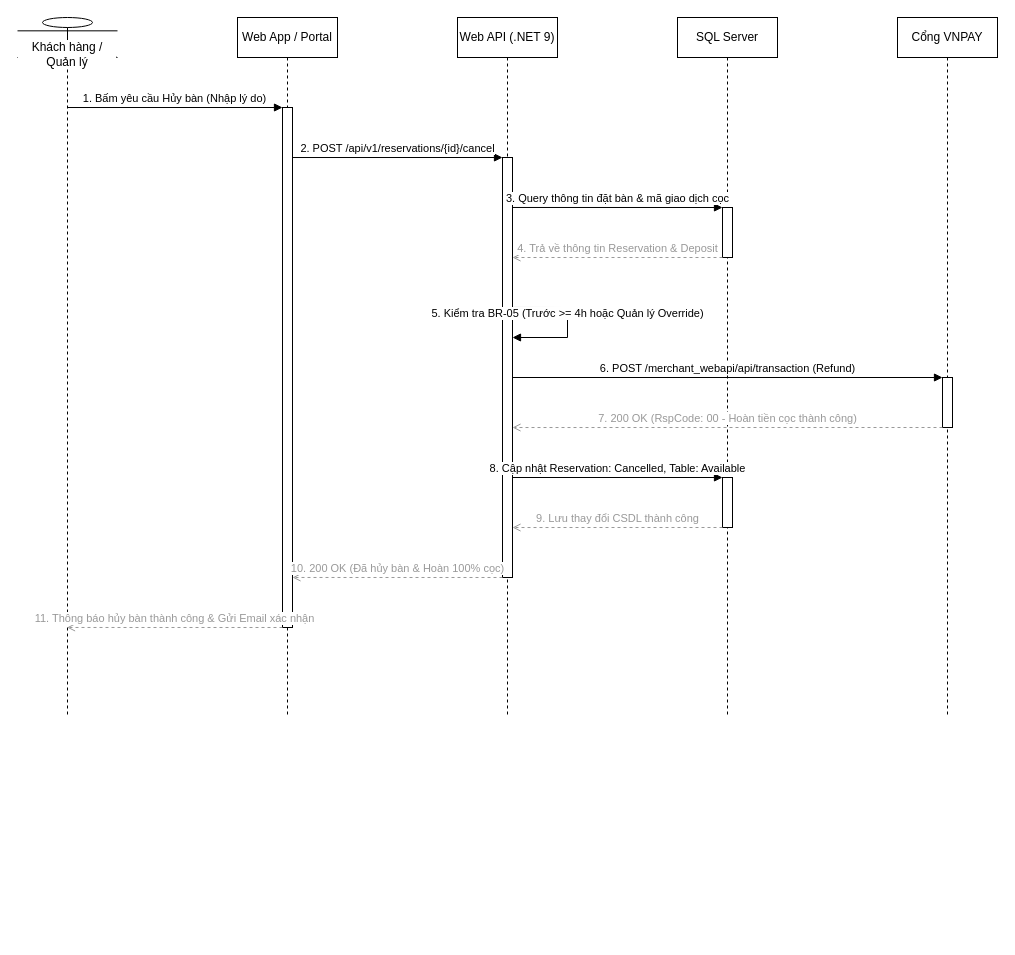
AndrewQng/VinDining keeps this draw.io diagram as docs/phase1/drawio/sd05_cancellation_refund.drawio. Above is the earlier version. Source tidied: cells renumbered, new cells numbered last; positions are measured from the earlier drawing's top-left corner, leaving out a move shared by most shapes. Both pictures are drawn from the tidied source at 100%, with x=0, y=0 at pixel (17, 17).
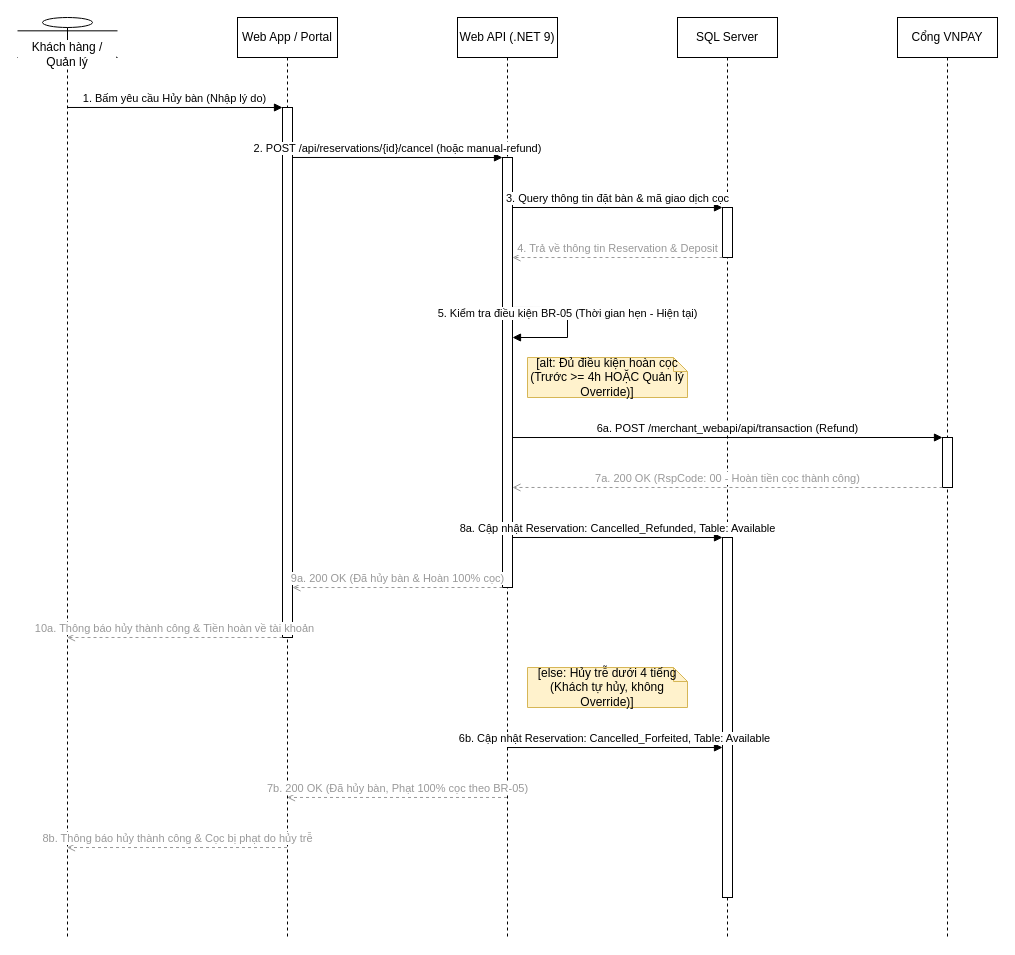
After the change.

The change refers to these unchanged cells:
```xml
<mxCell id="7" style="html=1;points=[];perimeter=orthogonalPerimeter;outlineConnect=0;fillColor=#ffffff;" parent="5" vertex="1">
  <mxGeometry x="45" y="190" width="10" height="50" as="geometry" />
</mxCell>
```

What changed in the source:
```diff
@@
     <mxCell id="2" value="Khách hàng / Quản lý" style="shape=umlLifeline;perimeter=lifelinePerimeter;whiteSpace=wrap;html=1;outlineConnect=0;portConstraint=eastwest;size=40;participant=umlActor;verticalAlign=bottom;spacingBottom=-14;labelBackgroundColor=#ffffff;" parent="1" vertex="1">
-      <mxGeometry width="100" height="700" as="geometry" />
+      <mxGeometry width="100" height="920" as="geometry" />
     </mxCell>
     <mxCell id="3" value="Web App / Portal" style="shape=umlLifeline;perimeter=lifelinePerimeter;whiteSpace=wrap;html=1;outlineConnect=0;portConstraint=eastwest;size=40;" parent="1" vertex="1">
-      <mxGeometry x="220" width="100" height="700" as="geometry" />
+      <mxGeometry x="220" width="100" height="920" as="geometry" />
     </mxCell>
     <mxCell id="4" value="Web API (.NET 9)" style="shape=umlLifeline;perimeter=lifelinePerimeter;whiteSpace=wrap;html=1;outlineConnect=0;portConstraint=eastwest;size=40;" parent="1" vertex="1">
-      <mxGeometry x="440" width="100" height="700" as="geometry" />
+      <mxGeometry x="440" width="100" height="920" as="geometry" />
     </mxCell>
     <mxCell id="5" value="SQL Server" style="shape=umlLifeline;perimeter=lifelinePerimeter;whiteSpace=wrap;html=1;size=40;" parent="1" vertex="1">
-      <mxGeometry x="660" width="100" height="700" as="geometry" />
+      <mxGeometry x="660" width="100" height="920" as="geometry" />
     </mxCell>
     <mxCell id="6" value="Cổng VNPAY" style="shape=umlLifeline;perimeter=lifelinePerimeter;whiteSpace=wrap;html=1;size=40;" parent="1" vertex="1">
-      <mxGeometry x="880" width="100" height="700" as="geometry" />
+      <mxGeometry x="880" width="100" height="920" as="geometry" />
     </mxCell>
@@
     <mxCell id="8" style="html=1;points=[];perimeter=orthogonalPerimeter;outlineConnect=0;fillColor=#ffffff;" parent="6" vertex="1">
-      <mxGeometry x="45" y="360" width="10" height="50" as="geometry" />
+      <mxGeometry x="45" y="420" width="10" height="50" as="geometry" />
     </mxCell>
-    <mxCell id="9" style="html=1;points=[];perimeter=orthogonalPerimeter;outlineConnect=0;fillColor=#ffffff;" parent="5" vertex="1">
-      <mxGeometry x="45" y="460" width="10" height="50" as="geometry" />
+    <mxCell id="9" style="html=1;points=[];perimeter=orthogonalPerimeter;outlineConnect=0;fillColor=#ffffff;" parent="4" vertex="1">
+      <mxGeometry x="45" y="140" width="10" height="430" as="geometry" />
     </mxCell>
-    <mxCell id="10" style="html=1;points=[];perimeter=orthogonalPerimeter;outlineConnect=0;fillColor=#ffffff;" parent="4" vertex="1">
-      <mxGeometry x="45" y="140" width="10" height="420" as="geometry" />
+    <mxCell id="10" style="html=1;points=[];perimeter=orthogonalPerimeter;outlineConnect=0;fillColor=#ffffff;" parent="3" vertex="1">
+      <mxGeometry x="45" y="90" width="10" height="530" as="geometry" />
     </mxCell>
-    <mxCell id="11" style="html=1;points=[];perimeter=orthogonalPerimeter;outlineConnect=0;fillColor=#ffffff;" parent="3" vertex="1">
-      <mxGeometry x="45" y="90" width="10" height="520" as="geometry" />
+    <mxCell id="11" style="html=1;points=[];perimeter=orthogonalPerimeter;outlineConnect=0;fillColor=#ffffff;" parent="5" vertex="1">
+      <mxGeometry x="45" y="520" width="10" height="360" as="geometry" />
     </mxCell>
-    <mxCell id="12" value="1. Bấm yêu cầu Hủy bàn (Nhập lý do)" style="html=1;verticalAlign=bottom;endArrow=block;curved=0;rounded=0;exitX=0.5;exitY=0.1286;entryX=0;entryY=0.0;" parent="1" edge="1" source="2" target="11">
+    <mxCell id="12" value="1. Bấm yêu cầu Hủy bàn (Nhập lý do)" style="html=1;verticalAlign=bottom;endArrow=block;curved=0;rounded=0;exitX=0.5;exitY=0.0978;entryX=0;entryY=0.0;" parent="1" edge="1" source="2" target="10">
       <mxGeometry relative="1" as="geometry" />
     </mxCell>
-    <mxCell id="13" value="2. POST /api/v1/reservations/{id}/cancel" style="html=1;verticalAlign=bottom;endArrow=block;curved=0;rounded=0;exitX=1;exitY=0.0962;entryX=0;entryY=0.0;" parent="1" edge="1" source="11" target="10">
+    <mxCell id="13" value="2. POST /api/reservations/{id}/cancel (hoặc manual-refund)" style="html=1;verticalAlign=bottom;endArrow=block;curved=0;rounded=0;exitX=1;exitY=0.0943;entryX=0;entryY=0.0;" parent="1" edge="1" source="10" target="9">
       <mxGeometry relative="1" as="geometry" />
     </mxCell>
-    <mxCell id="14" value="3. Query thông tin đặt bàn &amp; mã giao dịch cọc" style="html=1;verticalAlign=bottom;endArrow=block;curved=0;rounded=0;exitX=1;exitY=0.119;entryX=0;entryY=0.0;" parent="1" edge="1" source="10" target="7">
+    <mxCell id="14" value="3. Query thông tin đặt bàn &amp; mã giao dịch cọc" style="html=1;verticalAlign=bottom;endArrow=block;curved=0;rounded=0;exitX=1;exitY=0.1163;entryX=0;entryY=0.0;" parent="1" edge="1" source="9" target="7">
       <mxGeometry relative="1" as="geometry" />
     </mxCell>
-    <mxCell id="15" value="4. Trả về thông tin Reservation &amp; Deposit" style="html=1;verticalAlign=bottom;endArrow=open;dashed=1;curved=0;rounded=0;strokeColor=#999999;fontColor=#999999;exitX=0;exitY=1.0;entryX=1;entryY=0.2381;" parent="1" edge="1" source="7" target="10">
+    <mxCell id="15" value="4. Trả về thông tin Reservation &amp; Deposit" style="html=1;verticalAlign=bottom;endArrow=open;dashed=1;curved=0;rounded=0;strokeColor=#999999;fontColor=#999999;exitX=0;exitY=1.0;entryX=1;entryY=0.2326;" parent="1" edge="1" source="7" target="9">
       <mxGeometry relative="1" as="geometry" />
     </mxCell>
-    <mxCell id="16" value="5. Kiểm tra BR-05 (Trước &gt;= 4h hoặc Quản lý Override)" style="html=1;verticalAlign=bottom;endArrow=block;curved=0;rounded=0;exitX=1;exitY=0.3571;entryX=1;entryY=0.4286;" parent="1" edge="1" source="10" target="10">
+    <mxCell id="16" value="5. Kiểm tra điều kiện BR-05 (Thời gian hẹn - Hiện tại)" style="html=1;verticalAlign=bottom;endArrow=block;curved=0;rounded=0;exitX=1;exitY=0.3488;entryX=1;entryY=0.4186;" parent="1" edge="1" source="9" target="9">
       <mxGeometry relative="1" as="geometry">
         <Array as="points">
           <mxPoint x="550" y="290" />
           <mxPoint x="550" y="320" />
         </Array>
       </mxGeometry>
     </mxCell>
-    <mxCell id="17" value="6. POST /merchant_webapi/api/transaction (Refund)" style="html=1;verticalAlign=bottom;endArrow=block;curved=0;rounded=0;exitX=1;exitY=0.5238;entryX=0;entryY=0.0;" parent="1" edge="1" source="10" target="8">
-      <mxGeometry relative="1" as="geometry" />
-    </mxCell>
+    <mxCell id="23" value="[alt: Đủ điều kiện hoàn cọc (Trước &gt;= 4h HOẶC Quản lý Override)]" style="shape=note;whiteSpace=wrap;html=1;size=14;fillColor=#fff2cc;strokeColor=#d6b656;" parent="1" vertex="1">
+      <mxGeometry x="510" y="340" width="160" height="40" as="geometry" />
+    </mxCell>
-    <mxCell id="18" value="7. 200 OK (RspCode: 00 - Hoàn tiền cọc thành công)" style="html=1;verticalAlign=bottom;endArrow=open;dashed=1;curved=0;rounded=0;strokeColor=#999999;fontColor=#999999;exitX=0;exitY=1.0;entryX=1;entryY=0.6429;" parent="1" edge="1" source="8" target="10">
+    <mxCell id="18" value="6a. POST /merchant_webapi/api/transaction (Refund)" style="html=1;verticalAlign=bottom;endArrow=block;curved=0;rounded=0;exitX=1;exitY=0.6512;entryX=0;entryY=0.0;" parent="1" edge="1" source="9" target="8">
       <mxGeometry relative="1" as="geometry" />
     </mxCell>
-    <mxCell id="19" value="8. Cập nhật Reservation: Cancelled, Table: Available" style="html=1;verticalAlign=bottom;endArrow=block;curved=0;rounded=0;exitX=1;exitY=0.7619;entryX=0;entryY=0.0;" parent="1" edge="1" source="10" target="9">
+    <mxCell id="19" value="7a. 200 OK (RspCode: 00 - Hoàn tiền cọc thành công)" style="html=1;verticalAlign=bottom;endArrow=open;dashed=1;curved=0;rounded=0;strokeColor=#999999;fontColor=#999999;exitX=0;exitY=1.0;entryX=1;entryY=0.7674;" parent="1" edge="1" source="8" target="9">
       <mxGeometry relative="1" as="geometry" />
     </mxCell>
-    <mxCell id="20" value="9. Lưu thay đổi CSDL thành công" style="html=1;verticalAlign=bottom;endArrow=open;dashed=1;curved=0;rounded=0;strokeColor=#999999;fontColor=#999999;exitX=0;exitY=1.0;entryX=1;entryY=0.881;" parent="1" edge="1" source="9" target="10">
+    <mxCell id="20" value="8a. Cập nhật Reservation: Cancelled_Refunded, Table: Available" style="html=1;verticalAlign=bottom;endArrow=block;curved=0;rounded=0;exitX=1;exitY=0.8837;entryX=0;entryY=0.0;" parent="1" edge="1" source="9" target="11">
       <mxGeometry relative="1" as="geometry" />
     </mxCell>
-    <mxCell id="21" value="10. 200 OK (Đã hủy bàn &amp; Hoàn 100% cọc)" style="html=1;verticalAlign=bottom;endArrow=open;dashed=1;curved=0;rounded=0;strokeColor=#999999;fontColor=#999999;exitX=0;exitY=1.0;entryX=1;entryY=0.9038;" parent="1" edge="1" source="10" target="11">
+    <mxCell id="21" value="9a. 200 OK (Đã hủy bàn &amp; Hoàn 100% cọc)" style="html=1;verticalAlign=bottom;endArrow=open;dashed=1;curved=0;rounded=0;strokeColor=#999999;fontColor=#999999;exitX=0;exitY=1.0;entryX=1;entryY=0.9057;" parent="1" edge="1" source="9" target="10">
       <mxGeometry relative="1" as="geometry" />
     </mxCell>
-    <mxCell id="22" value="11. Thông báo hủy bàn thành công &amp; Gửi Email xác nhận" style="html=1;verticalAlign=bottom;endArrow=open;dashed=1;curved=0;rounded=0;strokeColor=#999999;fontColor=#999999;exitX=0;exitY=1.0;entryX=0.5;entryY=0.8714;" parent="1" edge="1" source="11" target="2">
+    <mxCell id="22" value="10a. Thông báo hủy thành công &amp; Tiền hoàn về tài khoản" style="html=1;verticalAlign=bottom;endArrow=open;dashed=1;curved=0;rounded=0;strokeColor=#999999;fontColor=#999999;exitX=0;exitY=1.0;entryX=0.5;entryY=0.6739;" parent="1" edge="1" source="10" target="2">
       <mxGeometry relative="1" as="geometry" />
     </mxCell>
+    <mxCell id="24" value="[else: Hủy trễ dưới 4 tiếng (Khách tự hủy, không Override)]" style="shape=note;whiteSpace=wrap;html=1;size=14;fillColor=#fff2cc;strokeColor=#d6b656;" parent="1" vertex="1">
+      <mxGeometry x="510" y="650" width="160" height="40" as="geometry" />
+    </mxCell>
+    <mxCell id="25" value="6b. Cập nhật Reservation: Cancelled_Forfeited, Table: Available" style="html=1;verticalAlign=bottom;endArrow=block;curved=0;rounded=0;exitX=0.5;exitY=0.7935;entryX=0;entryY=0.5833;" parent="1" edge="1" source="4" target="11">
+      <mxGeometry relative="1" as="geometry" />
+    </mxCell>
+    <mxCell id="26" value="7b. 200 OK (Đã hủy bàn, Phạt 100% cọc theo BR-05)" style="html=1;verticalAlign=bottom;endArrow=open;dashed=1;curved=0;rounded=0;strokeColor=#999999;fontColor=#999999;exitX=0.5;exitY=0.8478;entryX=0.5;entryY=0.8478;" parent="1" edge="1" source="4" target="3">
+      <mxGeometry relative="1" as="geometry" />
+    </mxCell>
+    <mxCell id="27" value="8b. Thông báo hủy thành công &amp; Cọc bị phạt do hủy trễ" style="html=1;verticalAlign=bottom;endArrow=open;dashed=1;curved=0;rounded=0;strokeColor=#999999;fontColor=#999999;exitX=0.5;exitY=0.9022;entryX=0.5;entryY=0.9022;" parent="1" edge="1" source="3" target="2">
+      <mxGeometry relative="1" as="geometry" />
+    </mxCell>
```
